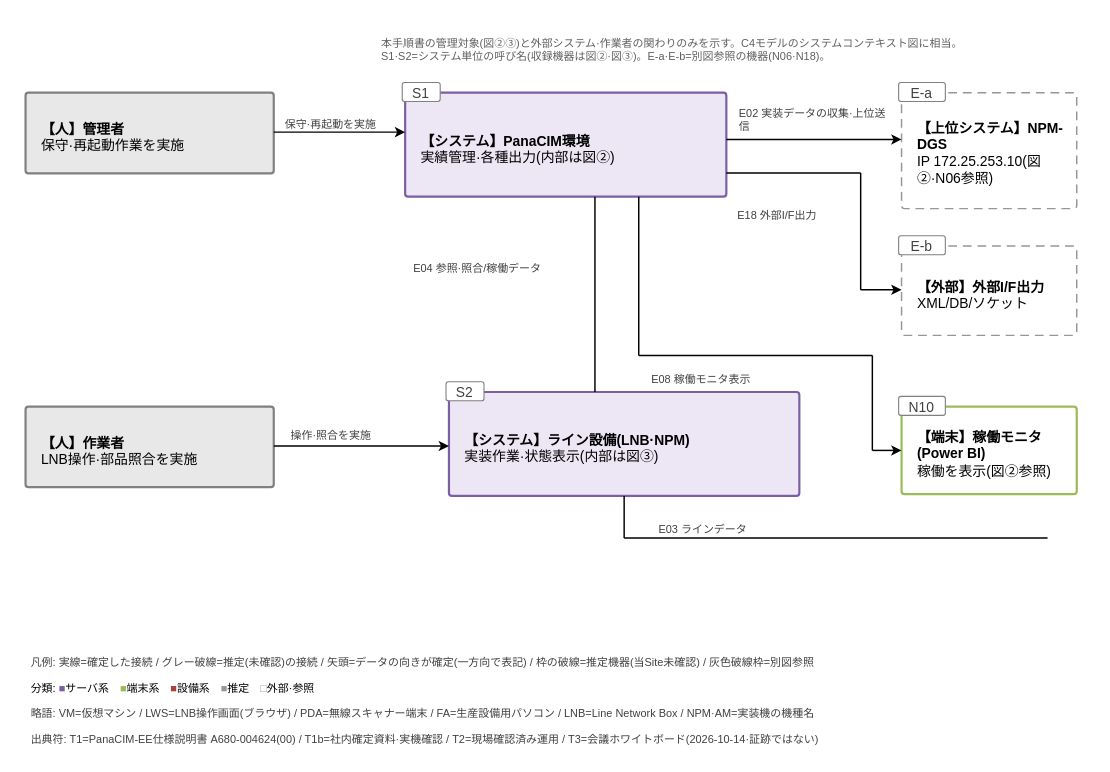
Above: page "相関図①" (1 of 3) of 20261102_管理文書用語と相関図/drawio_20261106/相関図_pana_20261106.drawio in nk-shino/work_vault (draw.io), before the change. Source tidied: cells renumbered, new cells numbered last; positions are measured from the earlier drawing's top-left corner, leaving out a move shared by most shapes. Both pictures are drawn from the tidied source at 146%, with x=0, y=0 at pixel (25, 25).
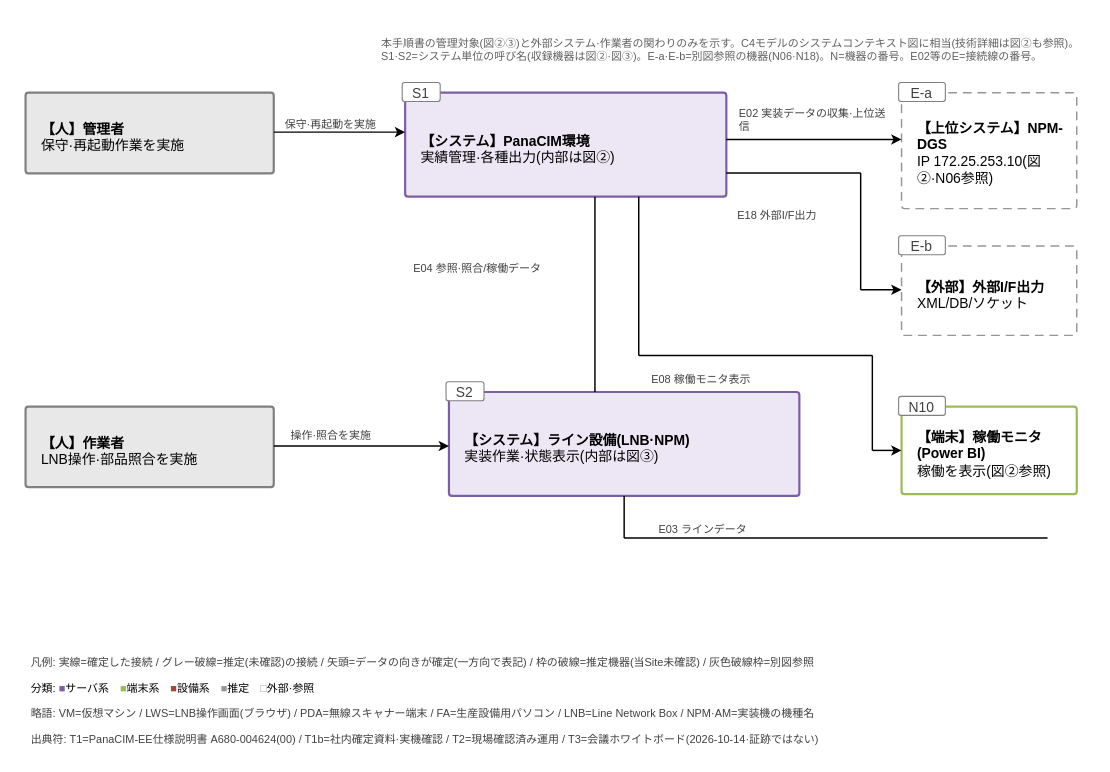
The same page after the edit.

Change to the diagram source:
```diff
@@
-    <mxCell id="2" value="本手順書の管理対象(図②③)と外部システム·作業者の関わりのみを示す。C4モデルのシステムコンテキスト図に相当。&lt;br&gt;S1·S2=システム単位の呼び名(収録機器は図②·図③)。E-a·E-b=別図参照の機器(N06·N18)。" style="text;html=1;whiteSpace=wrap;fontFamily=Meiryo UI;fontSize=7.5;fontColor=#5F5F5F;align=left;verticalAlign=top;spacingLeft=2;spacingRight=2;spacingTop=1;spacingBottom=1;" parent="1" vertex="1">
+    <mxCell id="2" value="本手順書の管理対象(図②③)と外部システム·作業者の関わりのみを示す。C4モデルのシステムコンテキスト図に相当(技術詳細は図②も参照)。&lt;br&gt;S1·S2=システム単位の呼び名(収録機器は図②·図③)。E-a·E-b=別図参照の機器(N06·N18)。N=機器の番号。E02等のE=接続線の番号。" style="text;html=1;whiteSpace=wrap;fontFamily=Meiryo UI;fontSize=7.5;fontColor=#5F5F5F;align=left;verticalAlign=top;spacingLeft=2;spacingRight=2;spacingTop=1;spacingBottom=1;" parent="1" vertex="1">
       <mxGeometry x="240" y="-0.5" width="485" height="26" as="geometry" />
     </mxCell>
```
